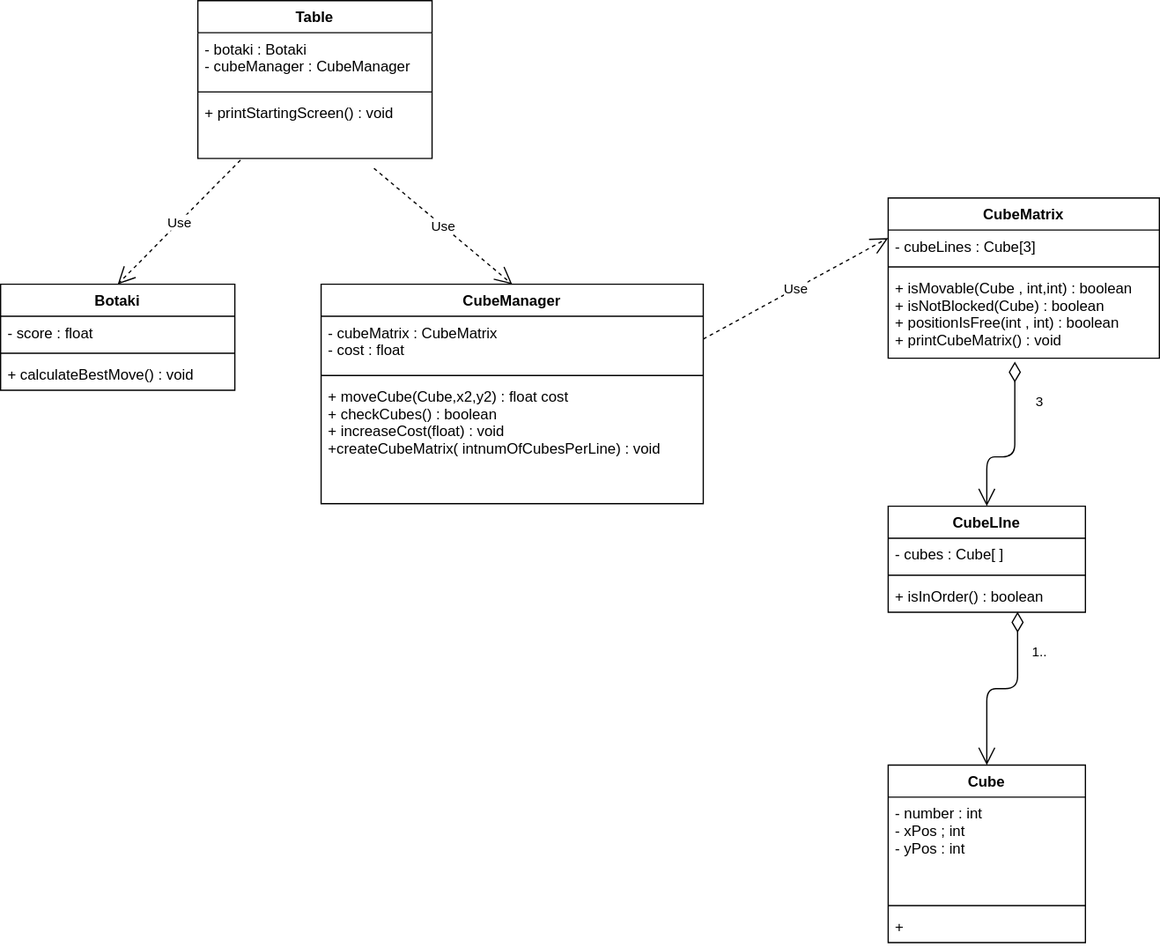
This is ask1.drawio.svg from philipAthanasopoulos/Cube-io, a draw.io export, as it was before one commit. Source tidied: cells renumbered, new cells last; positions are measured from the earlier drawing's top-left corner, leaving out a move shared by most shapes.
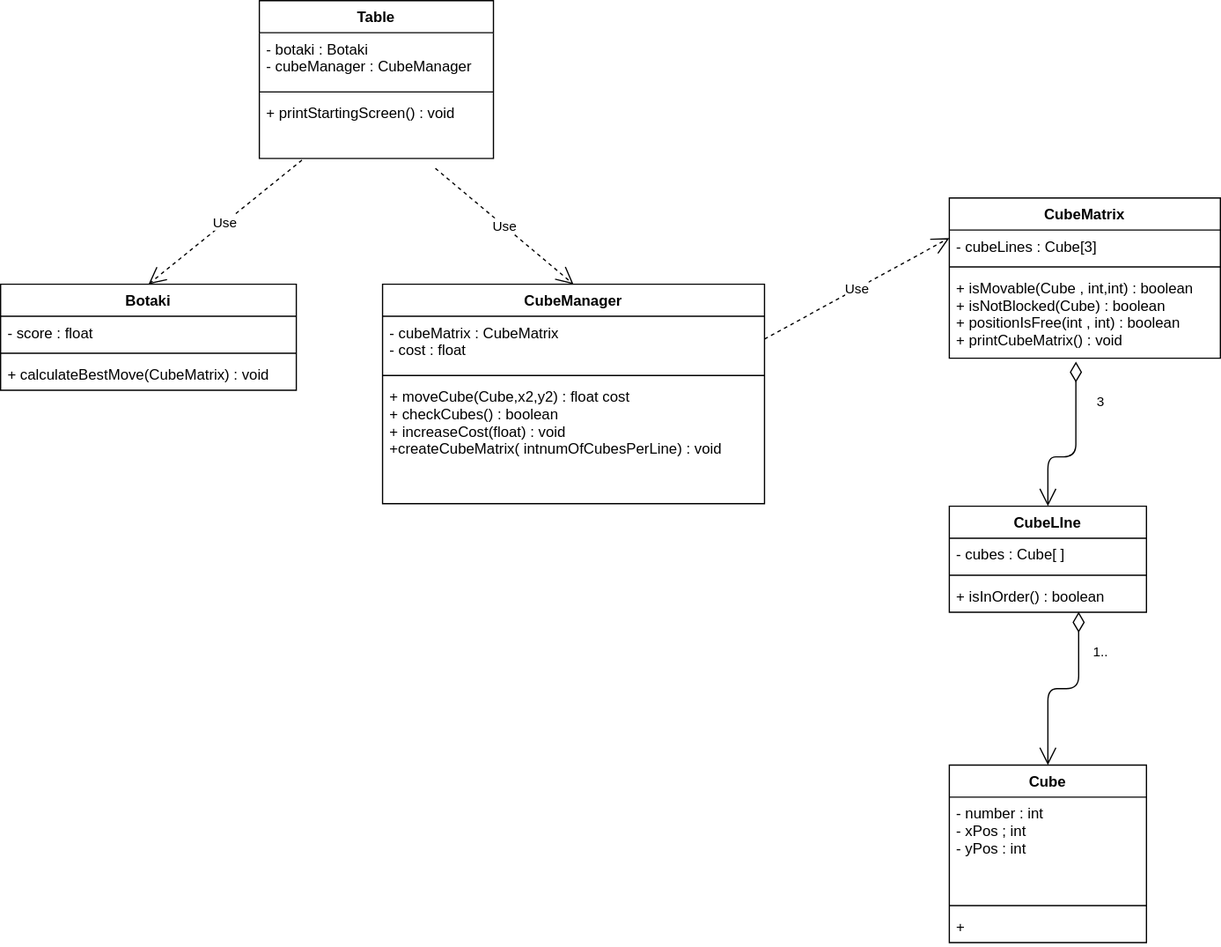
The same file after the commit.

What changed in the source:
```diff
@@ -3,16 +3,16 @@
     <mxCell id="0" />
     <mxCell id="1" parent="0" />
     <mxCell id="2" value="Botaki" style="swimlane;fontStyle=1;align=center;verticalAlign=top;horizontal=1;startSize=26;" parent="1" vertex="1">
-      <mxGeometry y="230" width="190" height="86" as="geometry" />
+      <mxGeometry x="-50" y="230" width="240" height="86" as="geometry" />
     </mxCell>
     <mxCell id="3" value="- score : float" style="text;strokeColor=none;fillColor=none;align=left;verticalAlign=top;spacingLeft=4;spacingRight=4;overflow=hidden;" parent="2" vertex="1">
-      <mxGeometry y="26" width="190" height="26" as="geometry" />
+      <mxGeometry y="26" width="240" height="26" as="geometry" />
     </mxCell>
     <mxCell id="4" style="line;strokeWidth=1;fillColor=none;align=left;verticalAlign=middle;spacingTop=-1;spacingLeft=3;spacingRight=3;labelPosition=right;strokeColor=inherit;" parent="2" vertex="1">
-      <mxGeometry y="52" width="190" height="8" as="geometry" />
+      <mxGeometry y="52" width="240" height="8" as="geometry" />
     </mxCell>
-    <mxCell id="5" value="+ calculateBestMove() : void" style="text;strokeColor=none;fillColor=none;align=left;verticalAlign=top;spacingLeft=4;spacingRight=4;overflow=hidden;" parent="2" vertex="1">
-      <mxGeometry y="60" width="190" height="26" as="geometry" />
+    <mxCell id="5" value="+ calculateBestMove(CubeMatrix) : void" style="text;strokeColor=none;fillColor=none;align=left;verticalAlign=top;spacingLeft=4;spacingRight=4;overflow=hidden;" parent="2" vertex="1">
+      <mxGeometry y="60" width="240" height="26" as="geometry" />
     </mxCell>
     <mxCell id="6" value="Table&#10;" style="swimlane;fontStyle=1;align=center;verticalAlign=top;horizontal=1;startSize=26;" parent="1" vertex="1">
       <mxGeometry x="160" width="190" height="128" as="geometry" />
```
